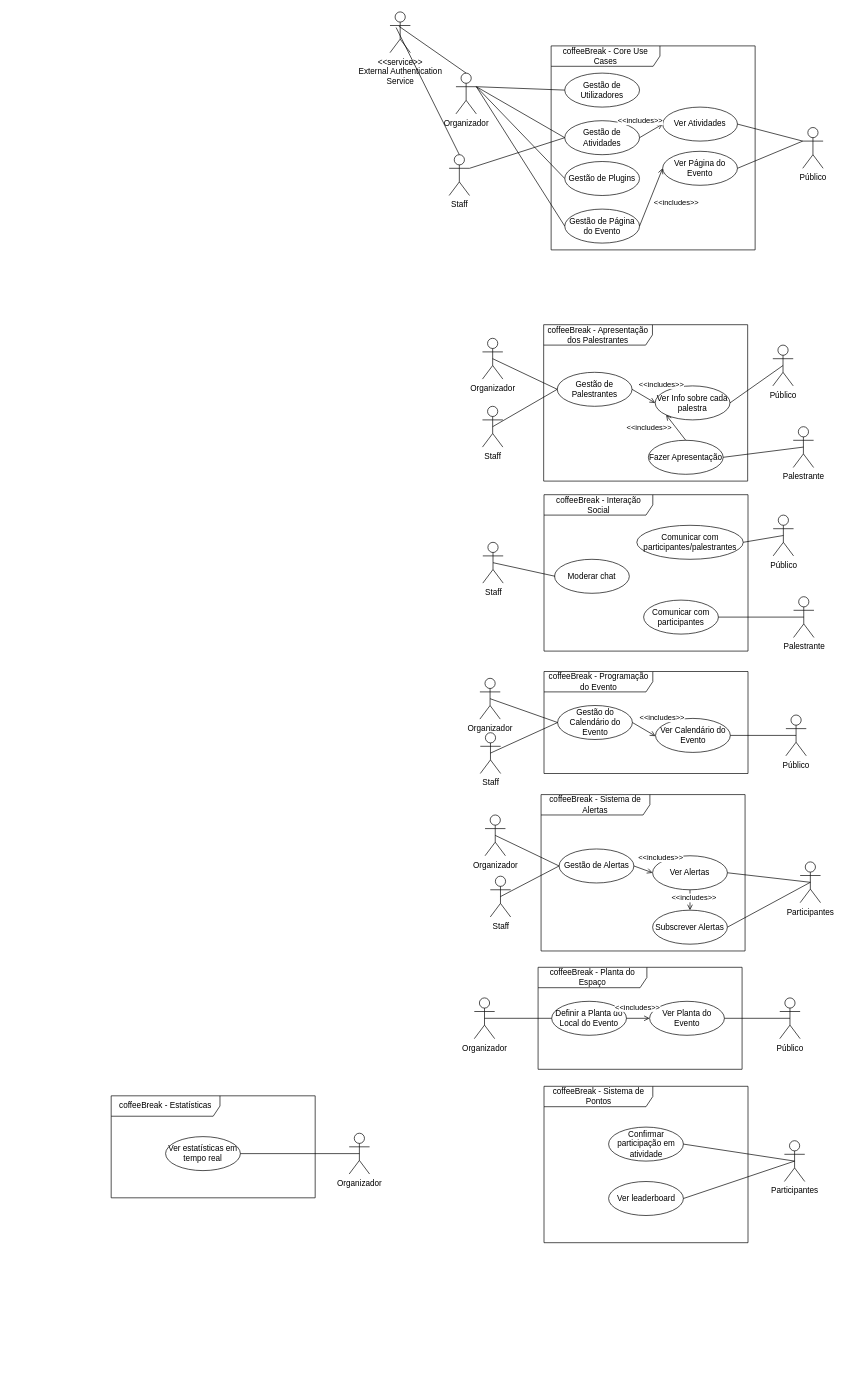
Above: coffeeBreak.drawio in PI-coffeeBreak/diagrams (draw.io), before the change. Source tidied: cells renumbered, new cells numbered last; positions are measured from the earlier drawing's top-left corner, leaving out a move shared by most shapes. Both pictures are drawn from the tidied source at 68%, with x=0, y=0 at pixel (111, 12).
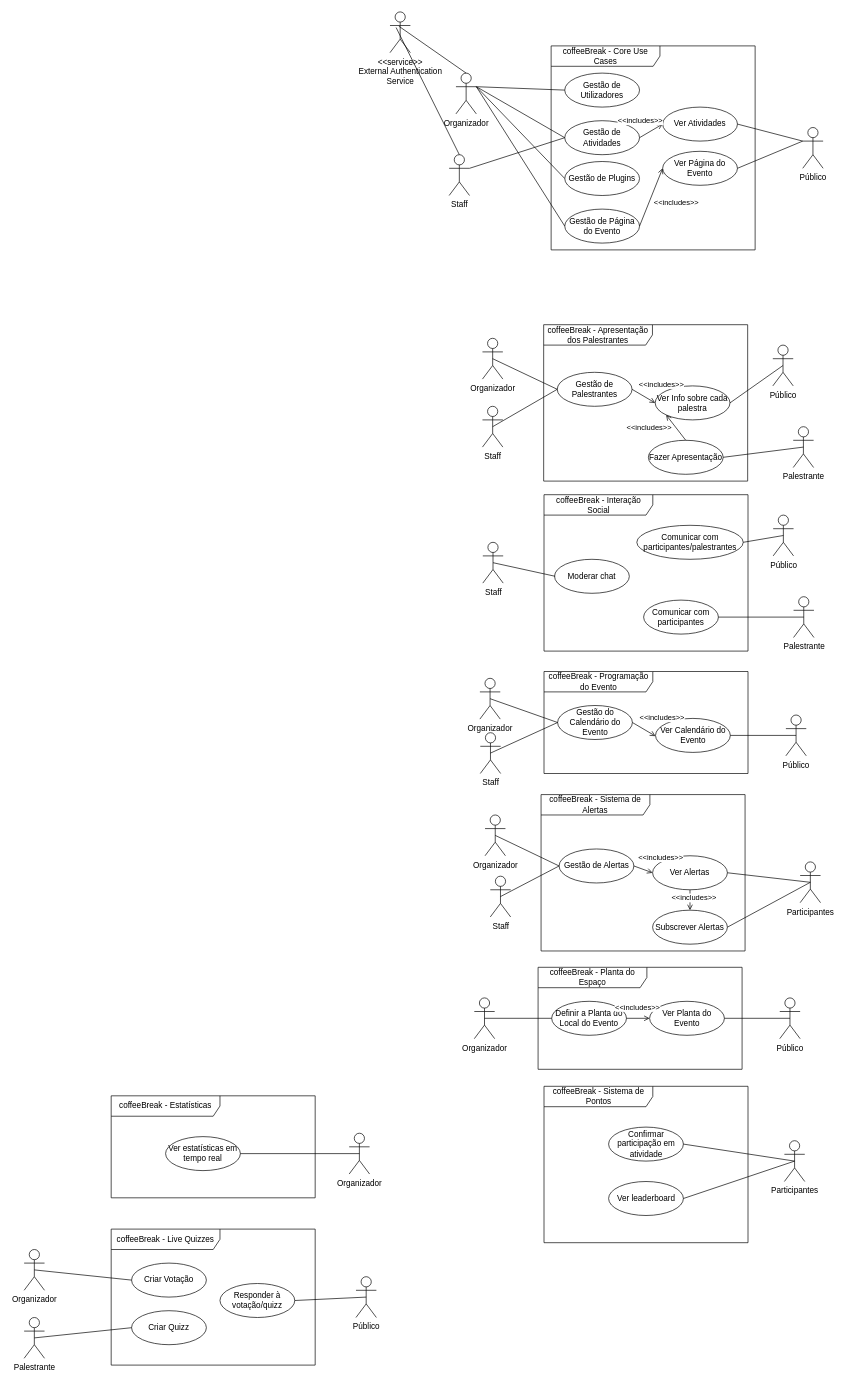
The same page after the edit.

Commit message:
Live quizzes

Change to the diagram source:
```diff
@@
+    <mxCell id="97" value="coffeeBreak - Live Quizzes" style="shape=umlFrame;whiteSpace=wrap;html=1;width=160;" parent="1" vertex="1">
+      <mxGeometry y="1790" width="300" height="200" as="geometry" />
+    </mxCell>
+    <mxCell id="98" value="Criar Votação" style="ellipse;whiteSpace=wrap;html=1;" parent="97" vertex="1">
+      <mxGeometry x="30" y="50" width="110" height="50" as="geometry" />
+    </mxCell>
+    <mxCell id="99" value="Criar Quizz" style="ellipse;whiteSpace=wrap;html=1;" parent="97" vertex="1">
+      <mxGeometry x="30" y="120" width="110" height="50" as="geometry" />
+    </mxCell>
+    <mxCell id="100" value="Responder à votação/quizz" style="ellipse;whiteSpace=wrap;html=1;" parent="97" vertex="1">
+      <mxGeometry x="160" y="80" width="110" height="50" as="geometry" />
+    </mxCell>
+    <mxCell id="101" value="Organizador&lt;div&gt;&lt;br&gt;&lt;/div&gt;" style="shape=umlActor;verticalLabelPosition=bottom;verticalAlign=top;html=1;" parent="1" vertex="1">
+      <mxGeometry x="-128" y="1820" width="30" height="60" as="geometry" />
+    </mxCell>
+    <mxCell id="102" style="endArrow=none;html=1;rounded=0;exitX=0;exitY=0.5;exitDx=0;exitDy=0;entryX=0.5;entryY=0.5;entryDx=0;entryDy=0;entryPerimeter=0;" parent="1" edge="1" source="98" target="101">
+      <mxGeometry relative="1" as="geometry" />
+    </mxCell>
+    <mxCell id="103" value="&lt;div&gt;Palestrante&lt;/div&gt;" style="shape=umlActor;verticalLabelPosition=bottom;verticalAlign=top;html=1;" parent="1" vertex="1">
+      <mxGeometry x="-128" y="1920" width="30" height="60" as="geometry" />
+    </mxCell>
+    <mxCell id="104" style="endArrow=none;html=1;rounded=0;exitX=0;exitY=0.5;exitDx=0;exitDy=0;entryX=0.5;entryY=0.5;entryDx=0;entryDy=0;entryPerimeter=0;" parent="1" edge="1" source="99" target="103">
+      <mxGeometry relative="1" as="geometry" />
+    </mxCell>
+    <mxCell id="105" value="Público" style="shape=umlActor;verticalLabelPosition=bottom;verticalAlign=top;html=1;" parent="1" vertex="1">
+      <mxGeometry x="360" y="1860" width="30" height="60" as="geometry" />
+    </mxCell>
+    <mxCell id="106" style="endArrow=none;html=1;rounded=0;exitX=1;exitY=0.5;exitDx=0;exitDy=0;entryX=0.5;entryY=0.5;entryDx=0;entryDy=0;entryPerimeter=0;" parent="1" edge="1" source="100" target="105">
+      <mxGeometry relative="1" as="geometry" />
+    </mxCell>
```
